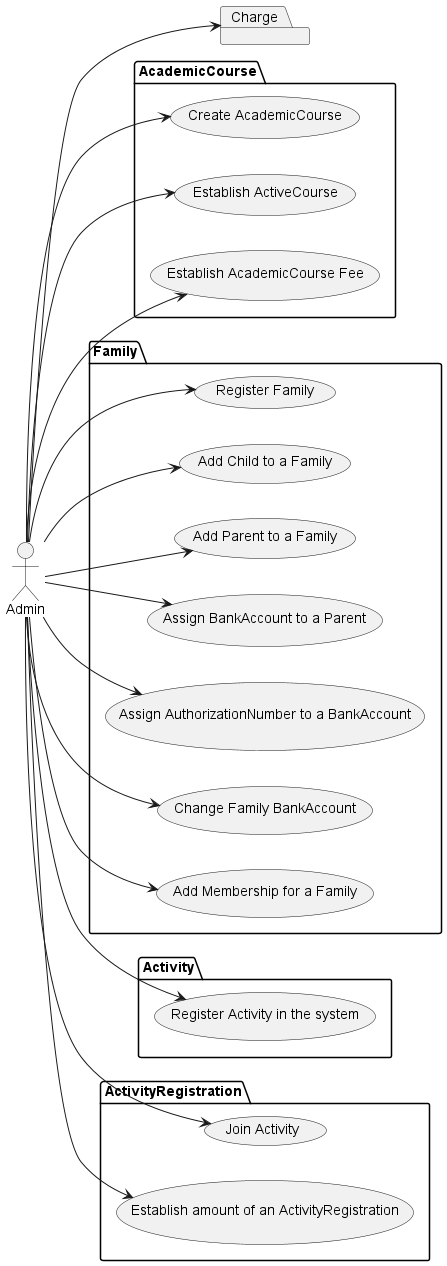
Earlier version of the PlantUML export doc/UseCasesDiagram/UseCasesDiagram.png (IgnacioMaestro/ampa-manager).
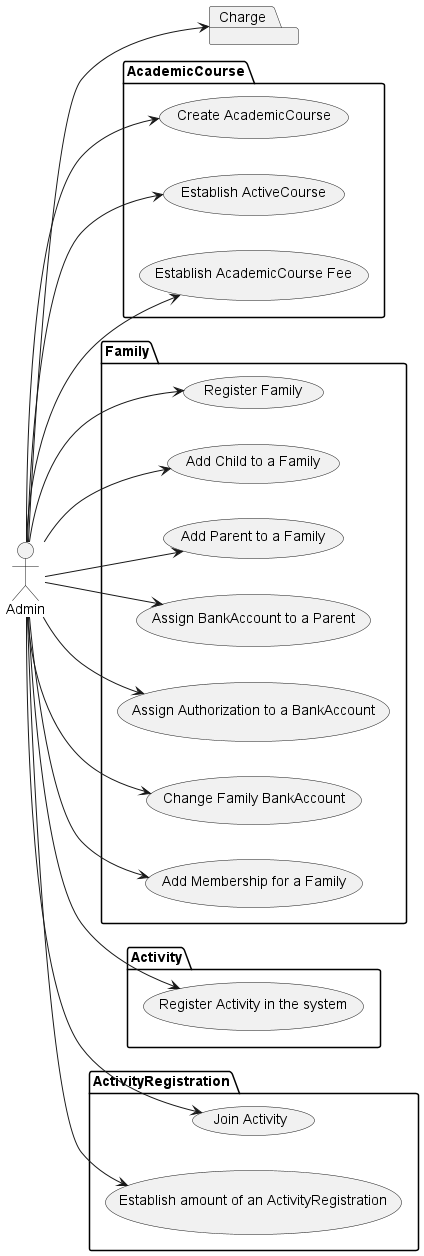
The same diagram one commit later.

Commit message:
feat: add get_changeform_initial_data to the authorization admin

The edit, as a diff of the source:
```diff
@@ -11,7 +11,7 @@
   Admin --> (Add Child to a Family)
   Admin --> (Add Parent to a Family)
   Admin --> (Assign BankAccount to a Parent)
-  Admin --> (Assign AuthorizationNumber to a BankAccount)
+  Admin --> (Assign Authorization to a BankAccount)
   Admin --> (Change Family BankAccount)
   Admin --> (Add Membership for a Family)
 }
```
